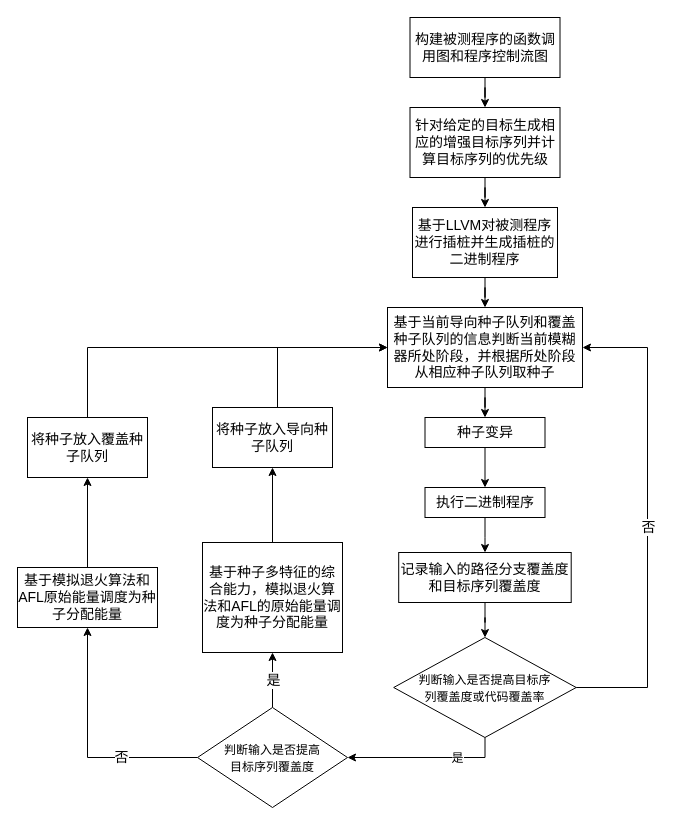
Earlier version of the draw.io diagram Untitled Diagram.drawio (cxlzff/cxlmall). Source tidied: cells renumbered, new cells numbered last; positions are measured from the earlier drawing's top-left corner, leaving out a move shared by most shapes. Both pictures are drawn from the tidied source at 100%, with x=0, y=0 at pixel (17, 17).
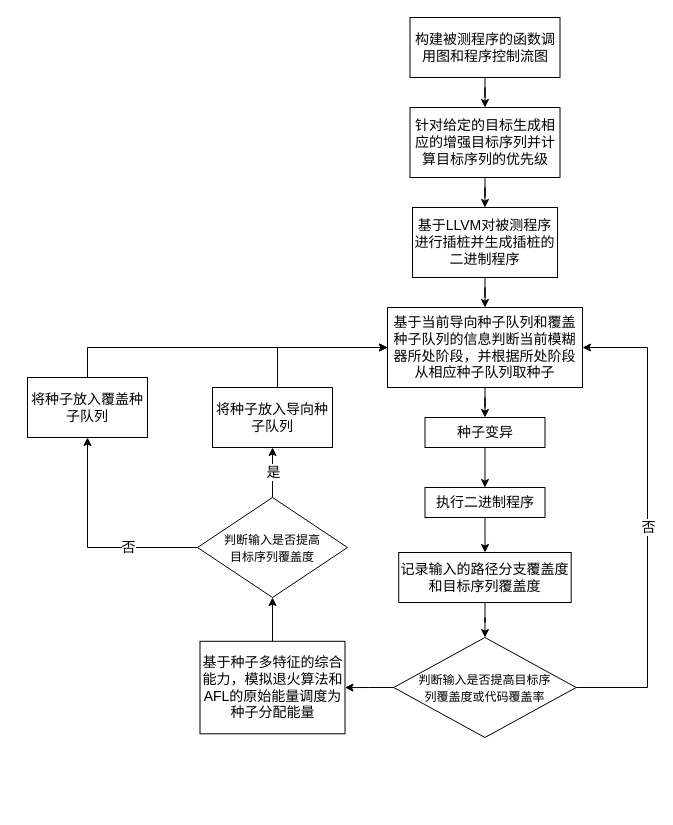
The same page after the edit.

The change refers to these unchanged cells:
```xml
<mxCell id="20" value="&lt;font style=&quot;font-size: 12px&quot;&gt;判断输入是否提高目标序&lt;br&gt;列覆盖度或代码覆盖率&lt;/font&gt;" style="rhombus;whiteSpace=wrap;html=1;fontSize=14;" parent="1" vertex="1">
  <mxGeometry x="376.2" y="620" width="182.5" height="100" as="geometry" />
</mxCell>
```

What changed in the source:
```diff
@@
-    <mxCell id="18" style="edgeStyle=orthogonalEdgeStyle;rounded=0;jettySize=auto;html=1;fontSize=12;" parent="1" edge="1" source="20" target="25">
-      <mxGeometry relative="1" as="geometry">
-        <Array as="points">
-          <mxPoint x="320" y="740" />
-          <mxPoint x="320" y="740" />
-        </Array>
-      </mxGeometry>
-    </mxCell>
-    <mxCell id="19" value="是" style="edgeLabel;html=1;align=center;verticalAlign=middle;fontSize=12;" parent="18" vertex="1">
-      <mxGeometry x="-0.5" y="3" relative="1" as="geometry">
-        <mxPoint x="-9" y="-3" as="offset" />
-      </mxGeometry>
-    </mxCell>
+    <mxCell id="34" style="edgeStyle=orthogonalEdgeStyle;rounded=0;jettySize=auto;html=1;" parent="1" edge="1" source="20" target="27">
+      <mxGeometry relative="1" as="geometry" />
+    </mxCell>
@@
-    <mxCell id="21" style="edgeStyle=orthogonalEdgeStyle;rounded=0;jettySize=auto;html=1;entryX=0.5;entryY=1;entryDx=0;entryDy=0;fontSize=14;" parent="1" edge="1" source="25" target="29">
+    <mxCell id="21" style="edgeStyle=orthogonalEdgeStyle;rounded=0;jettySize=auto;html=1;entryX=0.5;entryY=1;entryDx=0;entryDy=0;fontSize=14;" parent="1" edge="1" source="25" target="31">
       <mxGeometry relative="1" as="geometry" />
     </mxCell>
@@
-    <mxCell id="23" style="edgeStyle=orthogonalEdgeStyle;rounded=0;jettySize=auto;html=1;fontSize=14;" parent="1" edge="1" source="25" target="27">
-      <mxGeometry relative="1" as="geometry">
-        <Array as="points">
-          <mxPoint x="255" y="670" />
-          <mxPoint x="255" y="670" />
-        </Array>
-      </mxGeometry>
+    <mxCell id="23" style="edgeStyle=orthogonalEdgeStyle;rounded=0;jettySize=auto;html=1;fontSize=14;entryX=0.5;entryY=1;entryDx=0;entryDy=0;" parent="1" edge="1" source="25" target="33">
+      <mxGeometry relative="1" as="geometry" />
     </mxCell>
@@
     <mxCell id="25" value="&lt;span style=&quot;font-size: 12px&quot;&gt;判断输入是否提高&lt;br&gt;目标序列&lt;/span&gt;&lt;span style=&quot;font-size: 12px&quot;&gt;覆盖度&lt;/span&gt;" style="rhombus;whiteSpace=wrap;html=1;fontSize=14;" parent="1" vertex="1">
-      <mxGeometry x="180" y="690" width="150" height="100" as="geometry" />
+      <mxGeometry x="180" y="480" width="150" height="100" as="geometry" />
     </mxCell>
-    <mxCell id="26" style="edgeStyle=orthogonalEdgeStyle;rounded=0;jettySize=auto;html=1;fontSize=14;" parent="1" edge="1" source="27" target="33">
-      <mxGeometry relative="1" as="geometry" />
-    </mxCell>
+    <mxCell id="35" style="edgeStyle=orthogonalEdgeStyle;rounded=0;jettySize=auto;html=1;" parent="1" edge="1" source="27" target="25">
+      <mxGeometry relative="1" as="geometry" />
+    </mxCell>
     <mxCell id="27" value="&lt;font style=&quot;font-size: 14px&quot;&gt;基于种子多特征的综合能力，模拟退火算法和AFL的原始能量调度为种子分配能量&lt;/font&gt;" style="rounded=0;whiteSpace=wrap;html=1;fontSize=12;" parent="1" vertex="1">
-      <mxGeometry x="185" y="525" width="140" height="110" as="geometry" />
+      <mxGeometry x="182.5" y="623.8" width="145" height="92.5" as="geometry" />
     </mxCell>
-    <mxCell id="28" style="edgeStyle=orthogonalEdgeStyle;rounded=0;jettySize=auto;html=1;fontSize=14;" parent="1" edge="1" source="29" target="31">
-      <mxGeometry relative="1" as="geometry" />
-    </mxCell>
-    <mxCell id="29" value="&lt;font style=&quot;font-size: 14px&quot;&gt;基于模拟退火算法和AFL原始能量调度为种子分配能量&lt;/font&gt;" style="rounded=0;whiteSpace=wrap;html=1;fontSize=12;" parent="1" vertex="1">
-      <mxGeometry y="550" width="140" height="60" as="geometry" />
-    </mxCell>
@@
     <mxCell id="31" value="将种子放入覆盖种子队列" style="rounded=0;whiteSpace=wrap;html=1;fontSize=14;" parent="1" vertex="1">
-      <mxGeometry x="10" y="400" width="120" height="60" as="geometry" />
+      <mxGeometry x="10" y="360" width="120" height="60" as="geometry" />
     </mxCell>
@@
     <mxCell id="33" value="将种子放入导向种子队列" style="rounded=0;whiteSpace=wrap;html=1;fontSize=14;" parent="1" vertex="1">
-      <mxGeometry x="195" y="390" width="120" height="60" as="geometry" />
+      <mxGeometry x="195" y="370" width="120" height="60" as="geometry" />
     </mxCell>
```
